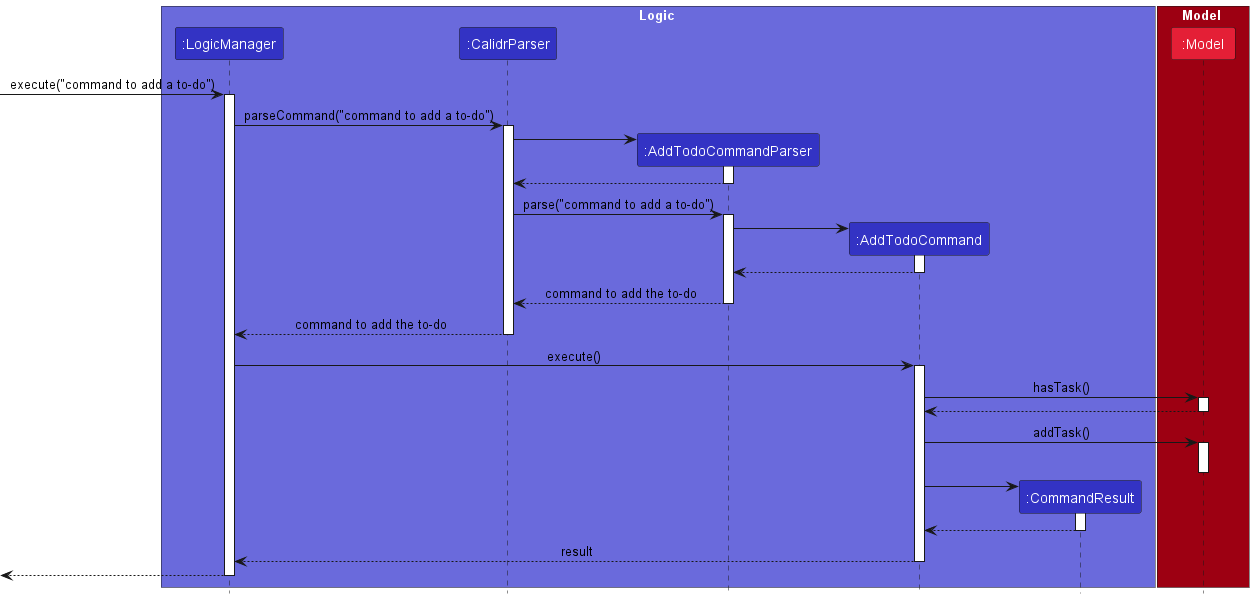
The PlantUML diagram docs/images/AddTodoSequenceDiagram.png in nus-cs2103-AY2223S2/tp, before a commit.
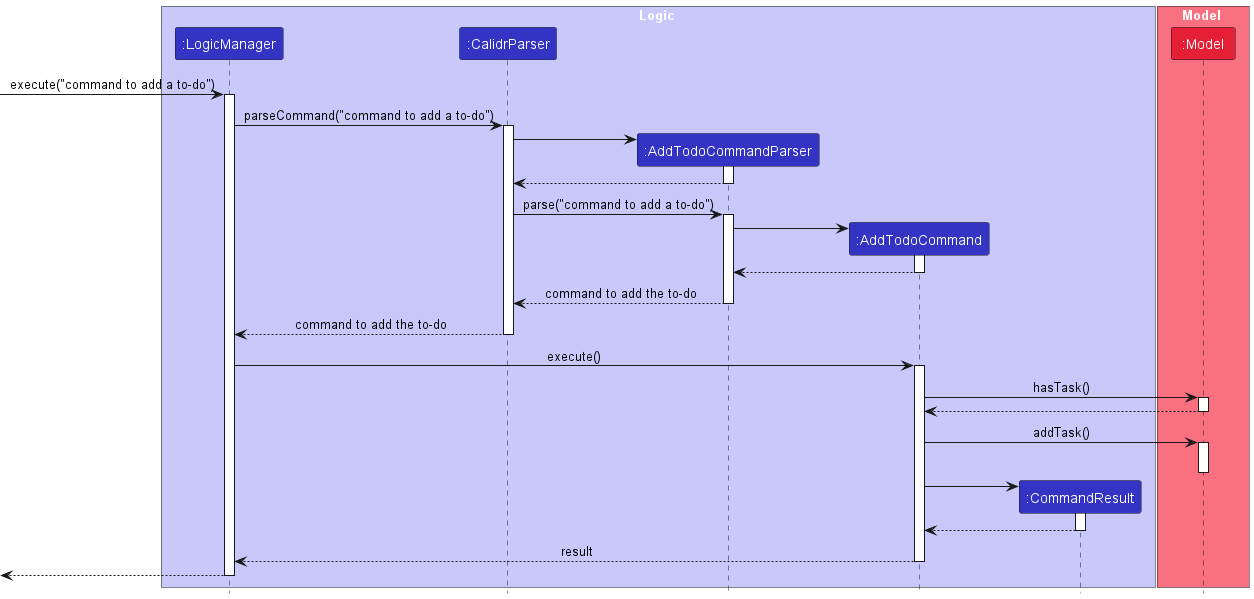
After the commit.

Commit message:
Update the background colour in sequence diagrams

The edit, as a diff of the source:
```diff
@@ -1,7 +1,7 @@
 @startuml
 !include style.puml
 
-box Logic LOGIC_COLOR_T2
+box Logic LOGIC_COLOR_T1
 participant ":LogicManager" as LogicManager LOGIC_COLOR
 participant ":CalidrParser" as CalidrParser LOGIC_COLOR
 participant ":AddTodoCommandParser" as AddTodoCommandParser LOGIC_COLOR
@@ -9,7 +9,7 @@
 participant ":CommandResult" as CommandResult LOGIC_COLOR
 end box
 
-box Model MODEL_COLOR
+box Model MODEL_COLOR_T1
 participant ":Model" as Model MODEL_COLOR_T2
 end box
 
```
